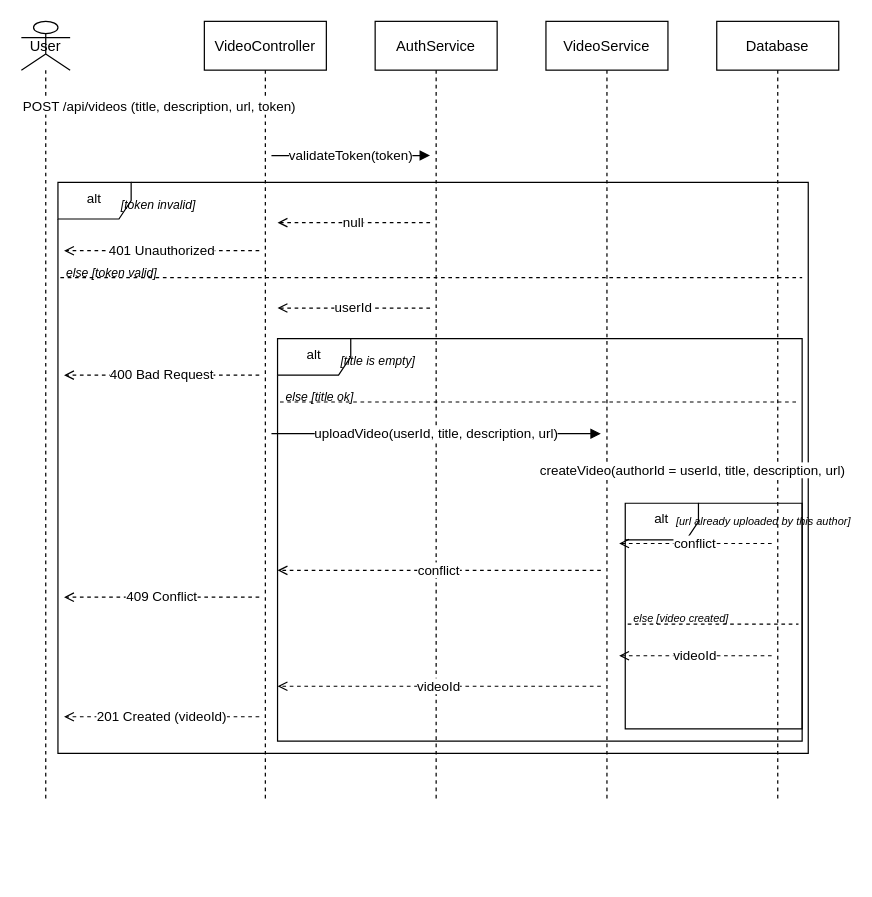
This is Labs/lab3-sequence/model/sequence.drawio from ezpectus/kpi2__Mavpz-Labs, a draw.io file, before an edit. Source tidied: cells renumbered, new cells numbered last; positions are measured from the earlier drawing's top-left corner, leaving out a move shared by most shapes. Both pictures are drawn from the tidied source at 122%, with x=0, y=0 at pixel (21, 21).
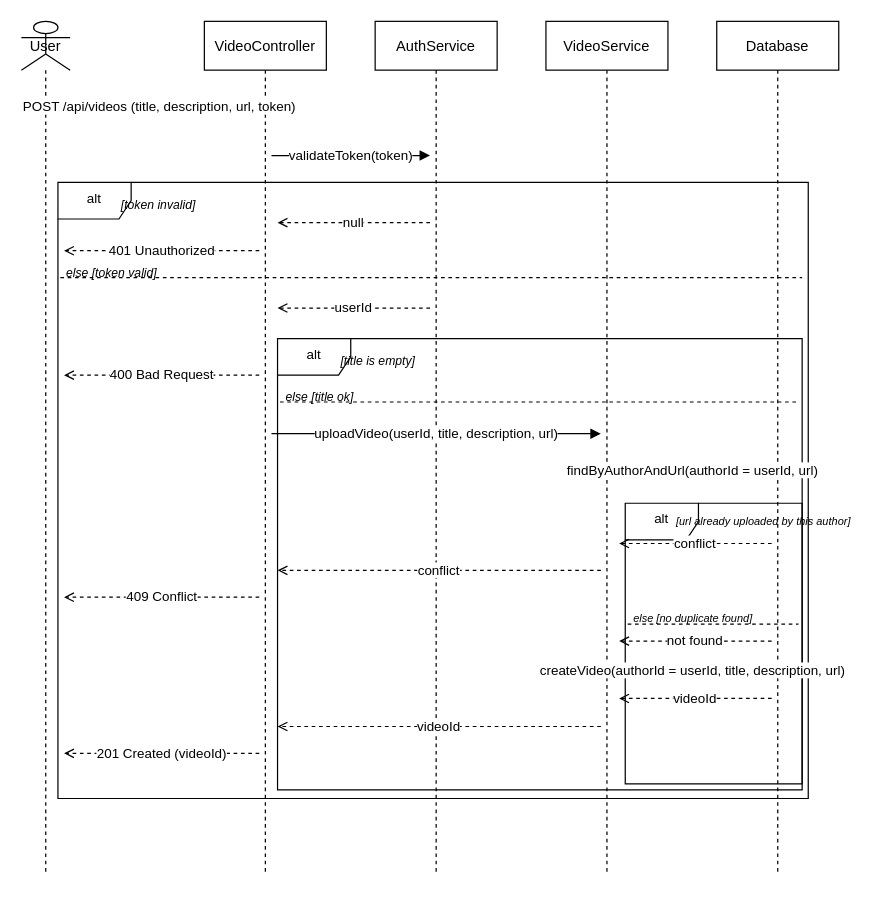
Above is the later version.

Change to the diagram source:
```diff
@@
     <mxCell id="2" value="User" style="shape=umlLifeline;perimeter=lifelinePerimeter;participant=umlActor;fontSize=12;" parent="1" vertex="1">
-      <mxGeometry width="40" height="640" as="geometry" />
+      <mxGeometry width="40" height="700" as="geometry" />
     </mxCell>
     <mxCell id="3" value="VideoController" style="shape=umlLifeline;perimeter=lifelinePerimeter;fontSize=12;" parent="1" vertex="1">
-      <mxGeometry x="150" width="100" height="640" as="geometry" />
+      <mxGeometry x="150" width="100" height="700" as="geometry" />
     </mxCell>
     <mxCell id="4" value="AuthService" style="shape=umlLifeline;perimeter=lifelinePerimeter;fontSize=12;" parent="1" vertex="1">
-      <mxGeometry x="290" width="100" height="640" as="geometry" />
+      <mxGeometry x="290" width="100" height="700" as="geometry" />
     </mxCell>
     <mxCell id="5" value="VideoService" style="shape=umlLifeline;perimeter=lifelinePerimeter;fontSize=12;" parent="1" vertex="1">
-      <mxGeometry x="430" width="100" height="640" as="geometry" />
+      <mxGeometry x="430" width="100" height="700" as="geometry" />
     </mxCell>
     <mxCell id="6" value="Database" style="shape=umlLifeline;perimeter=lifelinePerimeter;fontSize=12;" parent="1" vertex="1">
-      <mxGeometry x="570" width="100" height="640" as="geometry" />
+      <mxGeometry x="570" width="100" height="700" as="geometry" />
     </mxCell>
@@
     <mxCell id="9" value="alt" style="shape=umlFrame;whiteSpace=wrap;html=1;fontSize=11;verticalAlign=top;" parent="1" vertex="1">
-      <mxGeometry x="30" y="132" width="615" height="468" as="geometry" />
+      <mxGeometry x="30" y="132" width="615" height="505" as="geometry" />
     </mxCell>
@@
     <mxCell id="16" value="alt" style="shape=umlFrame;whiteSpace=wrap;html=1;fontSize=11;verticalAlign=top;" parent="1" vertex="1">
-      <mxGeometry x="210" y="260" width="430" height="330" as="geometry" />
+      <mxGeometry x="210" y="260" width="430" height="370" as="geometry" />
     </mxCell>
@@
-    <mxCell id="22" value="createVideo(authorId = userId, title, description, url)" style="html=1;endArrow=block;endFill=1;fontSize=11;" parent="1" edge="1">
+    <mxCell id="22" value="findByAuthorAndUrl(authorId = userId, url)" style="html=1;endArrow=block;endFill=1;fontSize=11;" parent="1" edge="1">
       <mxGeometry relative="1" as="geometry">
         <mxPoint x="485" y="368" as="sourcePoint" />
         <mxPoint x="615" y="368" as="targetPoint" />
       </mxGeometry>
     </mxCell>
     <mxCell id="23" value="alt" style="shape=umlFrame;whiteSpace=wrap;html=1;fontSize=11;verticalAlign=top;" parent="1" vertex="1">
-      <mxGeometry x="495" y="395" width="145" height="185" as="geometry" />
+      <mxGeometry x="495" y="395" width="145" height="230" as="geometry" />
     </mxCell>
@@
-    <mxCell id="29" value="else [video created]" style="text;html=1;fontSize=9;fontStyle=2;" parent="1" vertex="1">
+    <mxCell id="29" value="else [no duplicate found]" style="text;html=1;fontSize=9;fontStyle=2;" parent="1" vertex="1">
       <mxGeometry x="500" y="478" width="100" height="14" as="geometry" />
     </mxCell>
+    <mxCell id="33" value="not found" style="html=1;endArrow=open;endFill=0;dashed=1;fontSize=11;" parent="1" edge="1">
+      <mxGeometry relative="1" as="geometry">
+        <mxPoint x="615" y="508" as="sourcePoint" />
+        <mxPoint x="490" y="508" as="targetPoint" />
+      </mxGeometry>
+    </mxCell>
+    <mxCell id="34" value="createVideo(authorId = userId, title, description, url)" style="html=1;endArrow=block;endFill=1;fontSize=11;" parent="1" edge="1">
+      <mxGeometry relative="1" as="geometry">
+        <mxPoint x="485" y="532" as="sourcePoint" />
+        <mxPoint x="615" y="532" as="targetPoint" />
+      </mxGeometry>
+    </mxCell>
     <mxCell id="30" value="videoId" style="html=1;endArrow=open;endFill=0;dashed=1;fontSize=11;" parent="1" edge="1">
       <mxGeometry relative="1" as="geometry">
-        <mxPoint x="615" y="520" as="sourcePoint" />
-        <mxPoint x="490" y="520" as="targetPoint" />
+        <mxPoint x="615" y="555" as="sourcePoint" />
+        <mxPoint x="490" y="555" as="targetPoint" />
       </mxGeometry>
     </mxCell>
     <mxCell id="31" value="videoId" style="html=1;endArrow=open;endFill=0;dashed=1;fontSize=11;" parent="1" edge="1">
       <mxGeometry relative="1" as="geometry">
-        <mxPoint x="475" y="545" as="sourcePoint" />
-        <mxPoint x="210" y="545" as="targetPoint" />
+        <mxPoint x="475" y="578" as="sourcePoint" />
+        <mxPoint x="210" y="578" as="targetPoint" />
       </mxGeometry>
     </mxCell>
     <mxCell id="32" value="201 Created (videoId)" style="html=1;endArrow=open;endFill=0;dashed=1;fontSize=11;" parent="1" edge="1">
       <mxGeometry relative="1" as="geometry">
-        <mxPoint x="195" y="570" as="sourcePoint" />
-        <mxPoint x="35" y="570" as="targetPoint" />
+        <mxPoint x="195" y="600" as="sourcePoint" />
+        <mxPoint x="35" y="600" as="targetPoint" />
       </mxGeometry>
     </mxCell>
```
